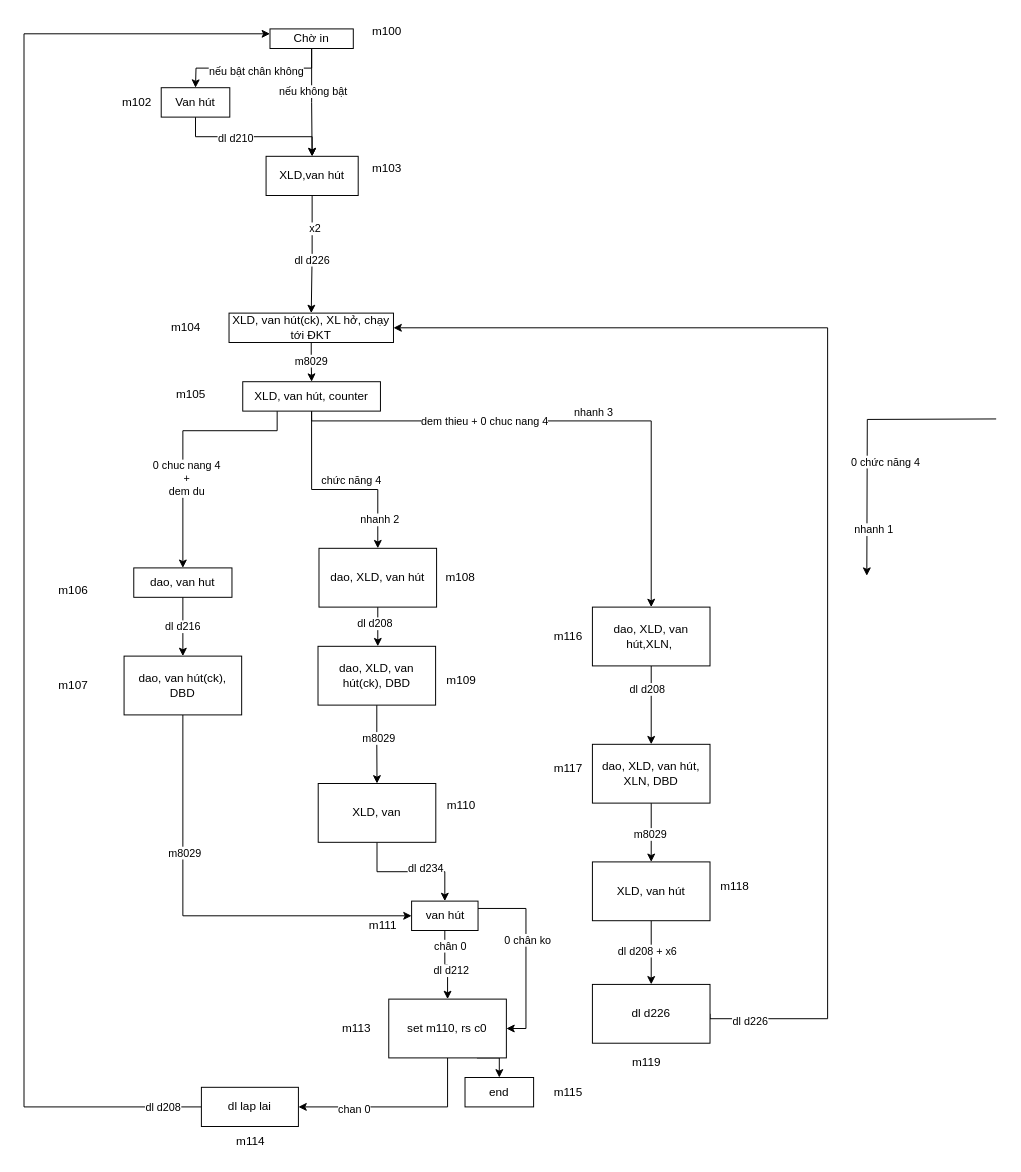
robowindgit/a0-quyencun keeps this draw.io diagram as trai muc truoc.drawio. Above is the earlier version. Source tidied: cells renumbered, new cells numbered last; positions are measured from the earlier drawing's top-left corner, leaving out a move shared by most shapes. Both pictures are drawn from the tidied source at 98%, with x=0, y=0 at pixel (24, 17).
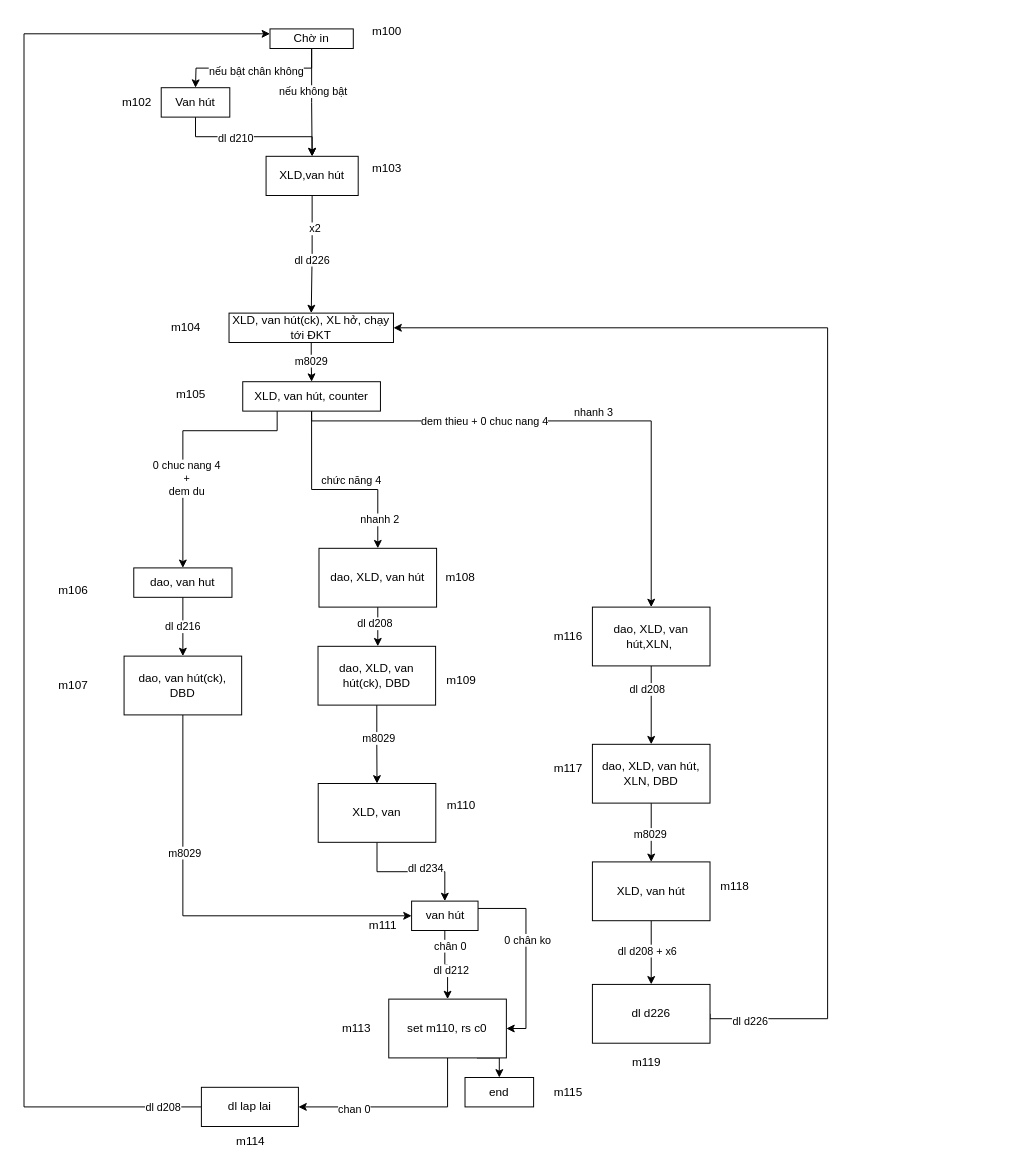
Above is the later version.

Commit message:
Cập nhật trai muc truoc.drawio

The edit, as a diff of the source:
```diff
@@
-    <mxCell id="85" style="edgeStyle=orthogonalEdgeStyle;rounded=0;orthogonalLoop=1;jettySize=auto;html=1;exitX=0.5;exitY=1;exitDx=0;exitDy=0;entryX=0.5;entryY=0;entryDx=0;entryDy=0;" parent="1" edge="1">
-      <mxGeometry relative="1" as="geometry">
-        <mxPoint x="992" y="410" as="sourcePoint" />
-        <mxPoint x="860" y="570" as="targetPoint" />
-      </mxGeometry>
-    </mxCell>
-    <mxCell id="86" value="0 chức năng 4" style="edgeLabel;html=1;align=center;verticalAlign=middle;" parent="85" vertex="1">
-      <mxGeometry x="0.26" y="-2" relative="1" as="geometry">
-        <mxPoint x="20" y="-8" as="offset" />
-      </mxGeometry>
-    </mxCell>
-    <mxCell id="87" value="nhanh 1" style="edgeLabel;html=1;align=center;verticalAlign=middle;" parent="85" vertex="1">
-      <mxGeometry x="0.67" y="6" relative="1" as="geometry" />
-    </mxCell>
```
